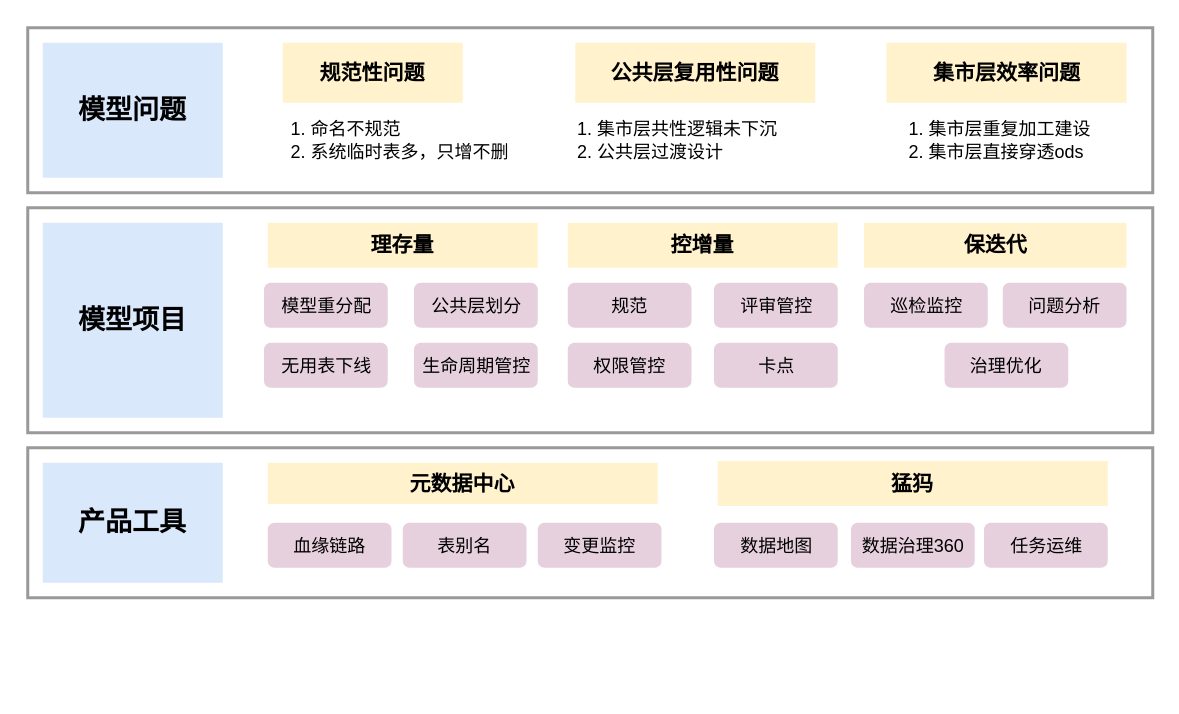
Above: yx流量模型治理.drawio in mineminemine123/work-wiki (draw.io), before the change. Source tidied: cells renumbered, new cells numbered last; positions are measured from the earlier drawing's top-left corner, leaving out a move shared by most shapes. Both pictures are drawn from the tidied source at 150%, with x=0, y=0 at pixel (27, 27).
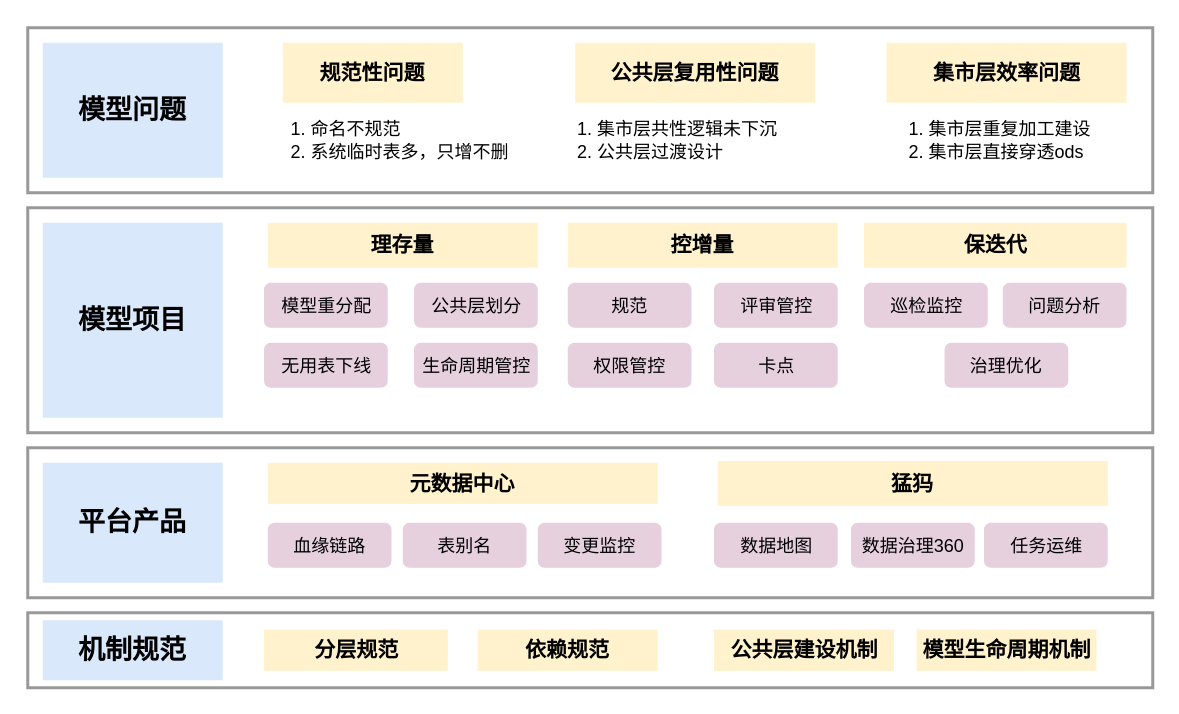
The same page after the edit.

Commit message:
更新yx流量模型治理.drawio

Change to the diagram source:
```diff
@@
-    <mxCell id="7" value="&lt;span style=&quot;font-size: 18px;&quot;&gt;&lt;b&gt;产品工具&lt;/b&gt;&lt;/span&gt;" style="rounded=0;whiteSpace=wrap;html=1;fillColor=#dae8fc;strokeColor=none;" parent="1" vertex="1">
+    <mxCell id="7" value="&lt;span style=&quot;font-size: 18px;&quot;&gt;&lt;b&gt;平台产品&lt;/b&gt;&lt;/span&gt;" style="rounded=0;whiteSpace=wrap;html=1;fillColor=#dae8fc;strokeColor=none;" parent="1" vertex="1">
       <mxGeometry x="10" y="290" width="120" height="80" as="geometry" />
     </mxCell>
@@
+    <mxCell id="36" style="rounded=0;whiteSpace=wrap;html=1;fontSize=14;fillColor=default;strokeWidth=2;strokeColor=#999999;" parent="1" vertex="1">
+      <mxGeometry y="390" width="750" height="50" as="geometry" />
+    </mxCell>
+    <mxCell id="37" value="&lt;span style=&quot;font-size: 18px;&quot;&gt;&lt;b&gt;机制规范&lt;/b&gt;&lt;/span&gt;" style="rounded=0;whiteSpace=wrap;html=1;fillColor=#dae8fc;strokeColor=none;" parent="1" vertex="1">
+      <mxGeometry x="10" y="395" width="120" height="40" as="geometry" />
+    </mxCell>
+    <mxCell id="38" value="&lt;span style=&quot;font-size: 14px;&quot;&gt;&lt;b&gt;分层规范&lt;/b&gt;&lt;/span&gt;" style="rounded=0;whiteSpace=wrap;html=1;fillColor=#fff2cc;strokeColor=none;" parent="1" vertex="1">
+      <mxGeometry x="157.5" y="401.2" width="122.5" height="27.5" as="geometry" />
+    </mxCell>
+    <mxCell id="39" value="&lt;span style=&quot;font-size: 14px;&quot;&gt;&lt;b&gt;依赖规范&lt;/b&gt;&lt;/span&gt;" style="rounded=0;whiteSpace=wrap;html=1;fillColor=#fff2cc;strokeColor=none;" parent="1" vertex="1">
+      <mxGeometry x="300" y="401.2" width="120" height="27.5" as="geometry" />
+    </mxCell>
+    <mxCell id="40" value="&lt;span style=&quot;font-size: 14px;&quot;&gt;&lt;b&gt;公共层建设机制&lt;/b&gt;&lt;/span&gt;" style="rounded=0;whiteSpace=wrap;html=1;fillColor=#fff2cc;strokeColor=none;" parent="1" vertex="1">
+      <mxGeometry x="457.5" y="401.2" width="120" height="27.5" as="geometry" />
+    </mxCell>
+    <mxCell id="41" value="&lt;span style=&quot;font-size: 14px;&quot;&gt;&lt;b&gt;模型生命周期机制&lt;/b&gt;&lt;/span&gt;" style="rounded=0;whiteSpace=wrap;html=1;fillColor=#fff2cc;strokeColor=none;" parent="1" vertex="1">
+      <mxGeometry x="592.5" y="401.2" width="120" height="27.5" as="geometry" />
+    </mxCell>
```
